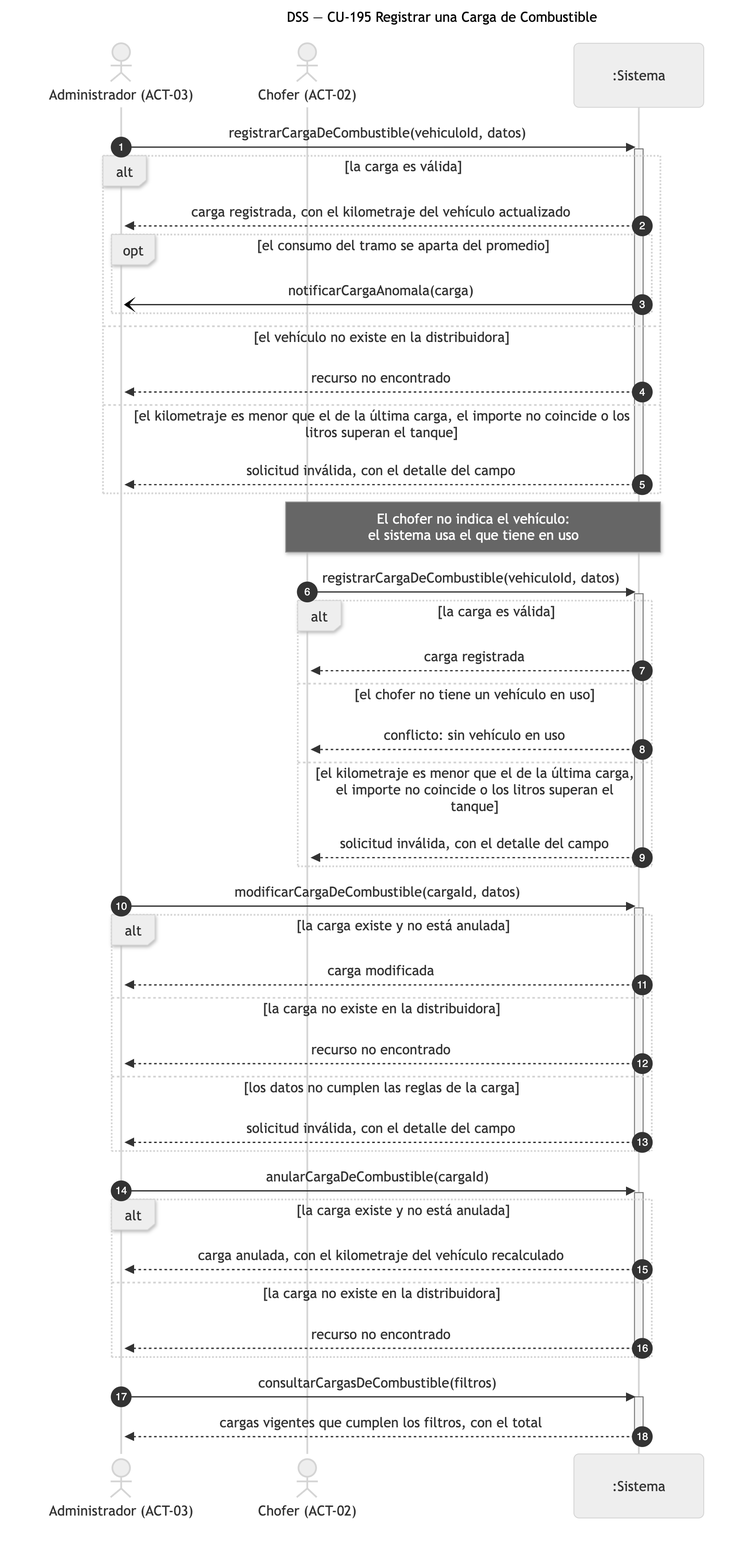
Nahuelito-Dev/splg-docs keeps this Mermaid diagram as diagramas/png/DSS_CU-195_Registrar-una-Carga-de-Combustible.png. Above is the earlier version. Its source is kept beside it as diagramas/DSS_CU-195_Registrar-una-Carga-de-Combustible.mmd. The source it was exported from:
```mermaid
sequenceDiagram
    title DSS — CU-195 Registrar una Carga de Combustible
    autonumber
    actor ADM as Administrador (ACT-03)
    actor CHF as Chofer (ACT-02)
    participant SIS as :Sistema

    ADM->>SIS: registrarCargaDeCombustible(vehiculoId, datos)
    activate SIS
    alt la carga es válida
        SIS-->>ADM: carga registrada, con el kilometraje del vehículo actualizado
        opt el consumo del tramo se aparta del promedio
            SIS-)ADM: notificarCargaAnomala(carga)
        end
    else el vehículo no existe en la distribuidora
        SIS-->>ADM: recurso no encontrado
    else el kilometraje es menor que el de la última carga, el importe no coincide o los litros superan el tanque
        SIS-->>ADM: solicitud inválida, con el detalle del campo
    end
    deactivate SIS

    Note over CHF,SIS: El chofer no indica el vehículo:<br/>el sistema usa el que tiene en uso
    CHF->>SIS: registrarCargaDeCombustible(vehiculoId, datos)
    activate SIS
    alt la carga es válida
        SIS-->>CHF: carga registrada
    else el chofer no tiene un vehículo en uso
        SIS-->>CHF: conflicto: sin vehículo en uso
    else el kilometraje es menor que el de la última carga, el importe no coincide o los litros superan el tanque
        SIS-->>CHF: solicitud inválida, con el detalle del campo
    end
    deactivate SIS

    ADM->>SIS: modificarCargaDeCombustible(cargaId, datos)
    activate SIS
    alt la carga existe y no está anulada
        SIS-->>ADM: carga modificada
    else la carga no existe en la distribuidora
        SIS-->>ADM: recurso no encontrado
    else los datos no cumplen las reglas de la carga
        SIS-->>ADM: solicitud inválida, con el detalle del campo
    end
    deactivate SIS

    ADM->>SIS: anularCargaDeCombustible(cargaId)
    activate SIS
    alt la carga existe y no está anulada
        SIS-->>ADM: carga anulada, con el kilometraje del vehículo recalculado
    else la carga no existe en la distribuidora
        SIS-->>ADM: recurso no encontrado
    end
    deactivate SIS

    ADM->>SIS: consultarCargasDeCombustible(filtros)
    activate SIS
    SIS-->>ADM: cargas vigentes que cumplen los filtros, con el total
    deactivate SIS
```
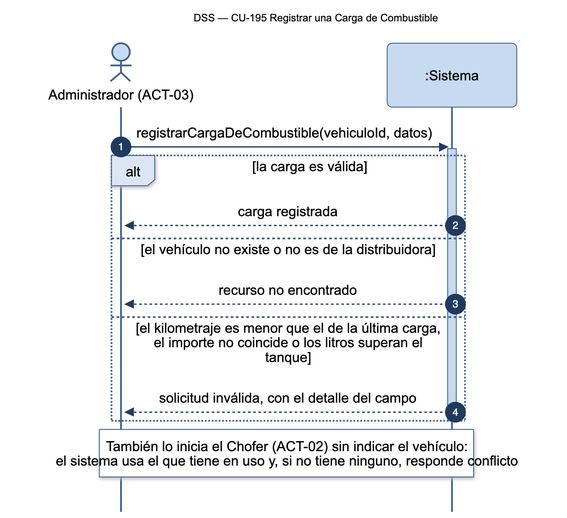
The same diagram one commit later.

Change to the diagram source:
```diff
@@ -2,56 +2,29 @@
     title DSS — CU-195 Registrar una Carga de Combustible
     autonumber
     actor ADM as Administrador (ACT-03)
-    actor CHF as Chofer (ACT-02)
+    actor CHO as Chofer (ACT-02)
     participant SIS as :Sistema
 
-    ADM->>SIS: registrarCargaDeCombustible(vehiculoId, datos)
-    activate SIS
-    alt la carga es válida
-        SIS-->>ADM: carga registrada, con el kilometraje del vehículo actualizado
-        opt el consumo del tramo se aparta del promedio
-            SIS-)ADM: notificarCargaAnomala(carga)
+    alt El administrador lo registra sobre un vehículo de la distribuidora
+        ADM->>SIS: registrarCargaDeCombustible(vehiculoId, datos)
+        activate SIS
+        alt los datos son válidos
+            SIS-->>ADM: carga registrada
+        else el vehículo no existe o no es de la distribuidora
+            SIS-->>ADM: recurso no encontrado
+        else el kilometraje es menor que el de la última carga, el importe no coincide o los litros superan el tanque
+            SIS-->>ADM: solicitud inválida, con el detalle del campo
         end
-    else el vehículo no existe en la distribuidora
-        SIS-->>ADM: recurso no encontrado
-    else el kilometraje es menor que el de la última carga, el importe no coincide o los litros superan el tanque
-        SIS-->>ADM: solicitud inválida, con el detalle del campo
+        deactivate SIS
+    else El chofer lo registra sin indicar el vehículo (el sistema usa el que tiene en uso)
+        CHO->>SIS: registrarCargaDeCombustible(vehiculoId, datos)
+        activate SIS
+        alt los datos son válidos y el chofer tiene un vehículo en uso
+            SIS-->>CHO: carga registrada en el vehículo en uso
+        else el chofer no tiene un vehículo en uso
+            SIS-->>CHO: conflicto: sin vehículo en uso
+        else el kilometraje es menor que el de la última carga, el importe no coincide o los litros superan el tanque
+            SIS-->>CHO: solicitud inválida, con el detalle del campo
+        end
+        deactivate SIS
     end
-    deactivate SIS
-
-    Note over CHF,SIS: El chofer no indica el vehículo:<br/>el sistema usa el que tiene en uso
-    CHF->>SIS: registrarCargaDeCombustible(vehiculoId, datos)
-    activate SIS
-    alt la carga es válida
-        SIS-->>CHF: carga registrada
-    else el chofer no tiene un vehículo en uso
-        SIS-->>CHF: conflicto: sin vehículo en uso
-    else el kilometraje es menor que el de la última carga, el importe no coincide o los litros superan el tanque
-        SIS-->>CHF: solicitud inválida, con el detalle del campo
-    end
-    deactivate SIS
-
-    ADM->>SIS: modificarCargaDeCombustible(cargaId, datos)
-    activate SIS
-    alt la carga existe y no está anulada
-        SIS-->>ADM: carga modificada
-    else la carga no existe en la distribuidora
-        SIS-->>ADM: recurso no encontrado
-    else los datos no cumplen las reglas de la carga
-        SIS-->>ADM: solicitud inválida, con el detalle del campo
-    end
-    deactivate SIS
-
-    ADM->>SIS: anularCargaDeCombustible(cargaId)
-    activate SIS
-    alt la carga existe y no está anulada
-        SIS-->>ADM: carga anulada, con el kilometraje del vehículo recalculado
-    else la carga no existe en la distribuidora
-        SIS-->>ADM: recurso no encontrado
-    end
-    deactivate SIS
-
-    ADM->>SIS: consultarCargasDeCombustible(filtros)
-    activate SIS
-    SIS-->>ADM: cargas vigentes que cumplen los filtros, con el total
-    deactivate SIS
```
